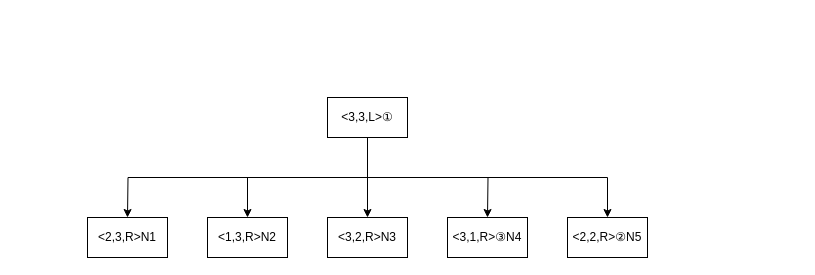
The draw.io diagram ninchiMCproblemTree.drawio in shgnaka/PokemonZA, before the edit. Source tidied: cells renumbered, new cells numbered last; positions are measured from the earlier drawing's top-left corner, leaving out a move shared by most shapes. Both pictures are drawn from the tidied source at 100%, with x=0, y=0 at pixel (87, 97).
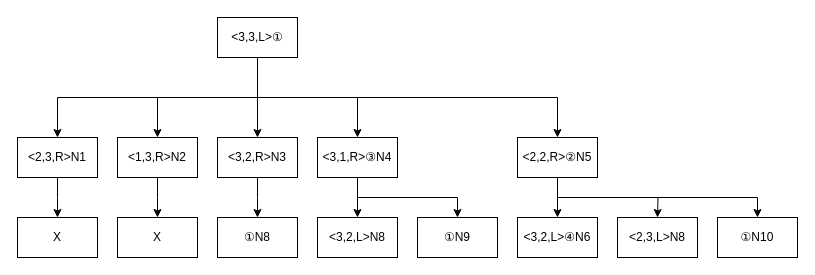
After the change.

Commit message:
MC問題樹形図第2層完了

The edit, as a diff of the source:
```diff
@@
-    <mxCell id="2" style="edgeStyle=orthogonalEdgeStyle;rounded=0;jettySize=auto;html=1;exitX=0.5;exitY=1;exitDx=0;exitDy=0;" parent="1" edge="1" source="6">
+    <mxCell id="2" style="edgeStyle=orthogonalEdgeStyle;rounded=0;jettySize=auto;html=1;exitX=0.5;exitY=1;exitDx=0;exitDy=0;entryX=0.5;entryY=0;entryDx=0;entryDy=0;" parent="1" edge="1" source="6" target="12">
       <mxGeometry relative="1" as="geometry">
-        <mxPoint x="520" y="120" as="targetPoint" />
         <Array as="points">
-          <mxPoint x="280" y="80" />
-          <mxPoint x="520" y="80" />
+          <mxPoint x="170" />
+          <mxPoint x="470" />
         </Array>
       </mxGeometry>
     </mxCell>
-    <mxCell id="3" style="edgeStyle=orthogonalEdgeStyle;rounded=0;jettySize=auto;html=1;exitX=0.5;exitY=1;exitDx=0;exitDy=0;" parent="1" edge="1" source="6">
+    <mxCell id="3" style="edgeStyle=orthogonalEdgeStyle;rounded=0;jettySize=auto;html=1;exitX=0.5;exitY=1;exitDx=0;exitDy=0;entryX=0.5;entryY=0;entryDx=0;entryDy=0;" parent="1" edge="1" source="6" target="9">
       <mxGeometry relative="1" as="geometry">
-        <mxPoint x="160" y="120" as="targetPoint" />
         <Array as="points">
-          <mxPoint x="280" y="80" />
-          <mxPoint x="160" y="80" />
+          <mxPoint x="170" />
+          <mxPoint x="70" />
         </Array>
       </mxGeometry>
     </mxCell>
-    <mxCell id="4" style="edgeStyle=orthogonalEdgeStyle;rounded=0;jettySize=auto;html=1;exitX=0.5;exitY=1;exitDx=0;exitDy=0;" parent="1" edge="1" source="6">
-      <mxGeometry relative="1" as="geometry">
-        <mxPoint x="400" y="120" as="targetPoint" />
-      </mxGeometry>
+    <mxCell id="4" style="edgeStyle=orthogonalEdgeStyle;rounded=0;jettySize=auto;html=1;exitX=0.5;exitY=1;exitDx=0;exitDy=0;entryX=0.5;entryY=0;entryDx=0;entryDy=0;" parent="1" edge="1" source="6" target="11">
+      <mxGeometry relative="1" as="geometry" />
     </mxCell>
-    <mxCell id="5" style="edgeStyle=orthogonalEdgeStyle;rounded=0;jettySize=auto;html=1;exitX=0.5;exitY=1;exitDx=0;exitDy=0;" parent="1" edge="1" source="6">
-      <mxGeometry relative="1" as="geometry">
-        <mxPoint x="40" y="120" as="targetPoint" />
-      </mxGeometry>
+    <mxCell id="5" style="edgeStyle=orthogonalEdgeStyle;rounded=0;jettySize=auto;html=1;exitX=0.5;exitY=1;exitDx=0;exitDy=0;entryX=0.5;entryY=0;entryDx=0;entryDy=0;" parent="1" edge="1" source="6" target="8">
+      <mxGeometry relative="1" as="geometry" />
     </mxCell>
     <mxCell id="6" value="&amp;lt;3,3,L&amp;gt;①" style="rounded=0;whiteSpace=wrap;html=1;" parent="1" vertex="1">
-      <mxGeometry x="240" width="80" height="40" as="geometry" />
+      <mxGeometry x="130" y="-80" width="80" height="40" as="geometry" />
     </mxCell>
     <mxCell id="7" style="endArrow=classic;html=1;rounded=0;exitX=0.5;exitY=1;exitDx=0;exitDy=0;" parent="1" edge="1" source="6">
       <mxGeometry relative="1" as="geometry">
-        <mxPoint x="280" y="120" as="targetPoint" />
+        <mxPoint x="170" y="40" as="targetPoint" />
       </mxGeometry>
     </mxCell>
+    <mxCell id="13" style="edgeStyle=orthogonalEdgeStyle;rounded=0;jettySize=auto;html=1;exitX=0.5;exitY=1;exitDx=0;exitDy=0;" parent="1" edge="1" source="8">
+      <mxGeometry relative="1" as="geometry">
+        <mxPoint x="-30" y="120" as="targetPoint" />
+      </mxGeometry>
+    </mxCell>
     <mxCell id="8" value="&amp;lt;2,3,R&amp;gt;N1" style="whiteSpace=wrap;html=1;" parent="1" vertex="1">
-      <mxGeometry y="120" width="80" height="40" as="geometry" />
+      <mxGeometry x="-70" y="40" width="80" height="40" as="geometry" />
     </mxCell>
+    <mxCell id="14" style="edgeStyle=orthogonalEdgeStyle;rounded=0;jettySize=auto;html=1;exitX=0.5;exitY=1;exitDx=0;exitDy=0;" parent="1" edge="1" source="9">
+      <mxGeometry relative="1" as="geometry">
+        <mxPoint x="70" y="120" as="targetPoint" />
+      </mxGeometry>
+    </mxCell>
     <mxCell id="9" value="&amp;lt;1,3,R&amp;gt;N2" style="whiteSpace=wrap;html=1;" parent="1" vertex="1">
-      <mxGeometry x="120" y="120" width="80" height="40" as="geometry" />
+      <mxGeometry x="30" y="40" width="80" height="40" as="geometry" />
     </mxCell>
+    <mxCell id="15" style="edgeStyle=orthogonalEdgeStyle;rounded=0;jettySize=auto;html=1;" parent="1" edge="1" source="10">
+      <mxGeometry relative="1" as="geometry">
+        <mxPoint x="170" y="120" as="targetPoint" />
+      </mxGeometry>
+    </mxCell>
     <mxCell id="10" value="&amp;lt;3,2,R&amp;gt;N3" style="whiteSpace=wrap;html=1;" parent="1" vertex="1">
-      <mxGeometry x="240" y="120" width="80" height="40" as="geometry" />
+      <mxGeometry x="130" y="40" width="80" height="40" as="geometry" />
     </mxCell>
+    <mxCell id="16" style="edgeStyle=orthogonalEdgeStyle;rounded=0;jettySize=auto;html=1;" parent="1" edge="1" source="11">
+      <mxGeometry relative="1" as="geometry">
+        <mxPoint x="270" y="120" as="targetPoint" />
+      </mxGeometry>
+    </mxCell>
+    <mxCell id="17" style="edgeStyle=orthogonalEdgeStyle;rounded=0;jettySize=auto;html=1;exitX=0.5;exitY=1;exitDx=0;exitDy=0;entryX=0.5;entryY=0;entryDx=0;entryDy=0;" parent="1" edge="1" source="11" target="24">
+      <mxGeometry relative="1" as="geometry">
+        <Array as="points">
+          <mxPoint x="270" y="100" />
+          <mxPoint x="370" y="100" />
+        </Array>
+      </mxGeometry>
+    </mxCell>
     <mxCell id="11" value="&amp;lt;3,1,R&amp;gt;③N4" style="whiteSpace=wrap;html=1;" parent="1" vertex="1">
-      <mxGeometry x="360" y="120" width="80" height="40" as="geometry" />
+      <mxGeometry x="230" y="40" width="80" height="40" as="geometry" />
     </mxCell>
+    <mxCell id="18" style="edgeStyle=orthogonalEdgeStyle;rounded=0;jettySize=auto;html=1;" parent="1" edge="1" source="12">
+      <mxGeometry relative="1" as="geometry">
+        <mxPoint x="470" y="120" as="targetPoint" />
+      </mxGeometry>
+    </mxCell>
+    <mxCell id="19" style="edgeStyle=orthogonalEdgeStyle;rounded=0;jettySize=auto;html=1;exitX=0.5;exitY=1;exitDx=0;exitDy=0;" parent="1" edge="1" source="12">
+      <mxGeometry relative="1" as="geometry">
+        <mxPoint x="570" y="120" as="targetPoint" />
+      </mxGeometry>
+    </mxCell>
     <mxCell id="12" value="&amp;lt;2,2,R&amp;gt;②N5" style="whiteSpace=wrap;html=1;" parent="1" vertex="1">
-      <mxGeometry x="480" y="120" width="80" height="40" as="geometry" />
+      <mxGeometry x="430" y="40" width="80" height="40" as="geometry" />
     </mxCell>
+    <mxCell id="20" value="X" style="whiteSpace=wrap;html=1;" parent="1" vertex="1">
+      <mxGeometry x="-70" y="120" width="80" height="40" as="geometry" />
+    </mxCell>
+    <mxCell id="21" value="X" style="whiteSpace=wrap;html=1;" parent="1" vertex="1">
+      <mxGeometry x="30" y="120" width="80" height="40" as="geometry" />
+    </mxCell>
+    <mxCell id="22" value="①N8" style="whiteSpace=wrap;html=1;" parent="1" vertex="1">
+      <mxGeometry x="130" y="120" width="80" height="40" as="geometry" />
+    </mxCell>
+    <mxCell id="23" value="&amp;lt;3,2,L&amp;gt;N8" style="whiteSpace=wrap;html=1;" parent="1" vertex="1">
+      <mxGeometry x="230" y="120" width="80" height="40" as="geometry" />
+    </mxCell>
+    <mxCell id="24" value="①N9" style="whiteSpace=wrap;html=1;" parent="1" vertex="1">
+      <mxGeometry x="330" y="120" width="80" height="40" as="geometry" />
+    </mxCell>
+    <mxCell id="25" value="&amp;lt;3,2,L&amp;gt;④N6" style="whiteSpace=wrap;html=1;" parent="1" vertex="1">
+      <mxGeometry x="430" y="120" width="80" height="40" as="geometry" />
+    </mxCell>
+    <mxCell id="26" value="&amp;lt;2,3,L&amp;gt;N8" style="whiteSpace=wrap;html=1;" parent="1" vertex="1">
+      <mxGeometry x="530" y="120" width="80" height="40" as="geometry" />
+    </mxCell>
+    <mxCell id="27" value="①N10" style="whiteSpace=wrap;html=1;" parent="1" vertex="1">
+      <mxGeometry x="630" y="120" width="80" height="40" as="geometry" />
+    </mxCell>
+    <mxCell id="28" style="edgeStyle=orthogonalEdgeStyle;rounded=0;jettySize=auto;html=1;exitX=0.5;exitY=1;exitDx=0;exitDy=0;entryX=0.5;entryY=0;entryDx=0;entryDy=0;" parent="1" edge="1" source="12" target="27">
+      <mxGeometry relative="1" as="geometry" />
+    </mxCell>
```
